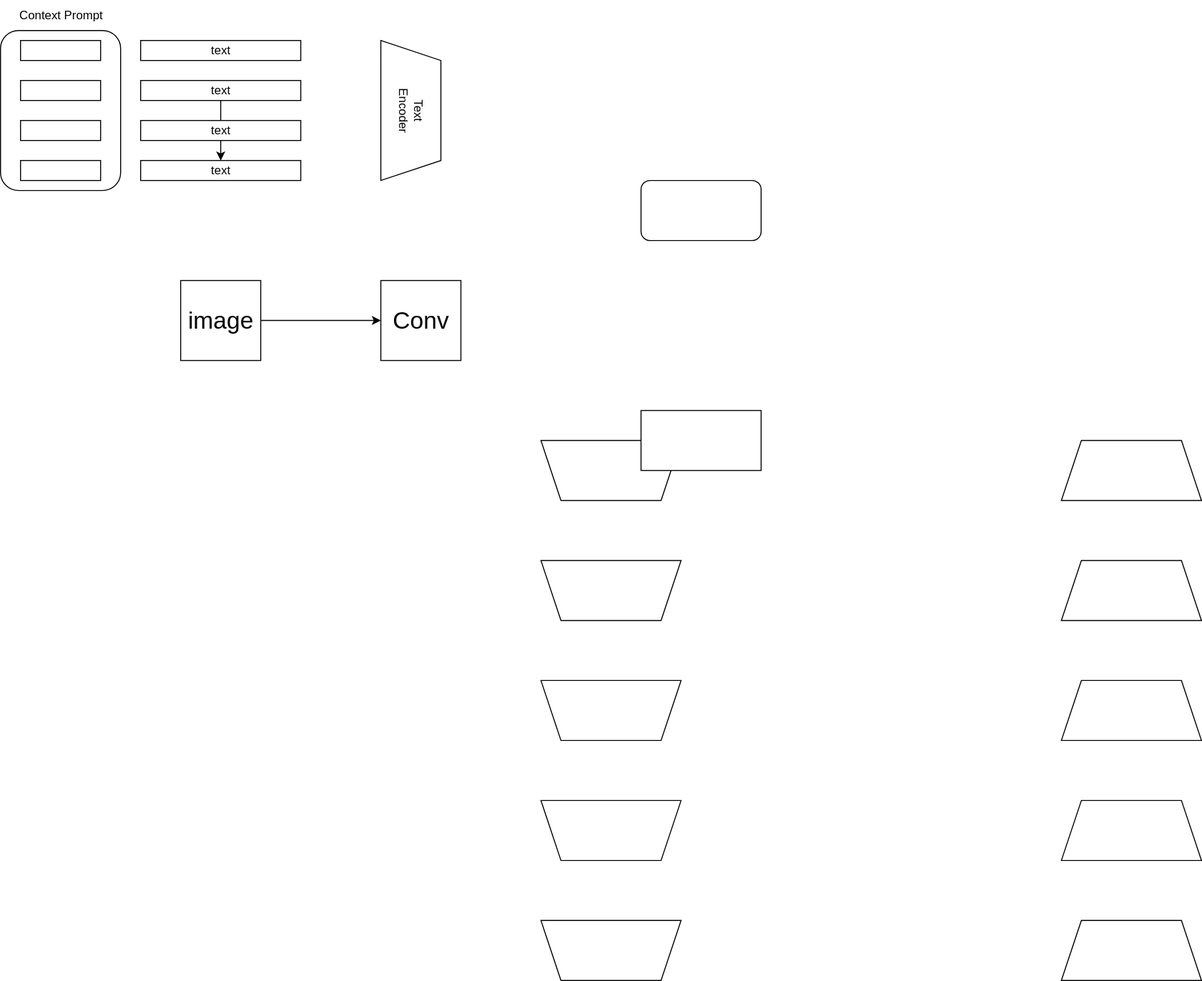
Earlier version of the draw.io export 未命名绘图.drawio.svg (hchench/NetStructure). Source tidied: cells renumbered, new cells last; positions are measured from the earlier drawing's top-left corner, leaving out a move shared by most shapes.
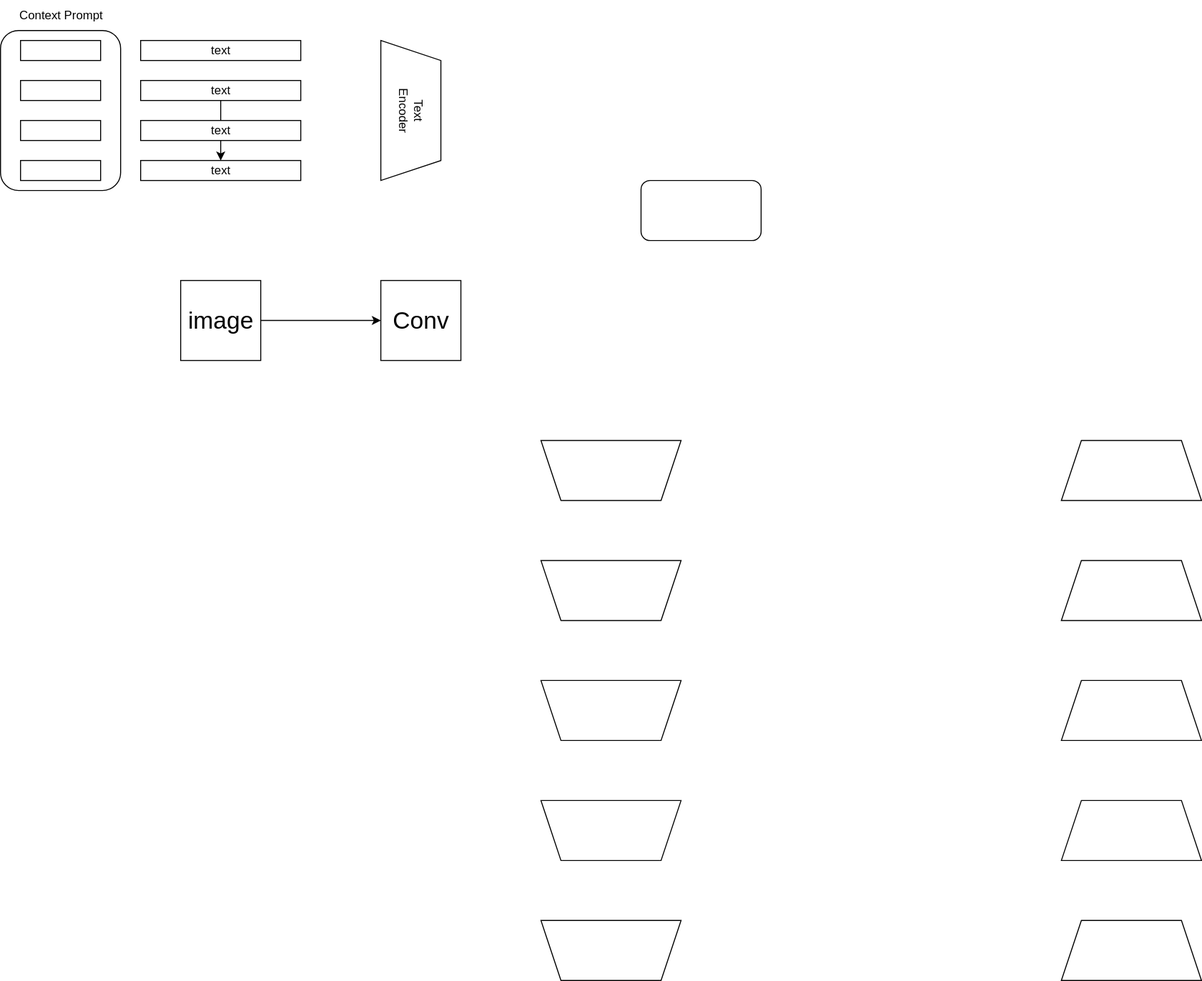
Later version of the same file.

Commit message:
更新未命名绘图.drawio.svg

Change to the diagram source:
```diff
@@ -47,9 +47,6 @@
     <mxCell id="16" value="&lt;div style=&quot;&quot;&gt;&lt;span style=&quot;background-color: transparent; color: light-dark(rgb(0, 0, 0), rgb(255, 255, 255));&quot;&gt;Text&lt;/span&gt;&lt;/div&gt;&lt;div style=&quot;&quot;&gt;Encoder&lt;/div&gt;" style="shape=trapezoid;perimeter=trapezoidPerimeter;whiteSpace=wrap;html=1;fixedSize=1;rotation=90;align=center;" parent="1" vertex="1">
       <mxGeometry x="340" y="80" width="140" height="60" as="geometry" />
     </mxCell>
-    <mxCell id="17" style="rounded=0;whiteSpace=wrap;html=1;" parent="1" vertex="1">
-      <mxGeometry x="640" y="410" width="120" height="60" as="geometry" />
-    </mxCell>
     <mxCell id="18" value="text" style="rounded=0;whiteSpace=wrap;html=1;" parent="1" vertex="1">
       <mxGeometry x="140" y="40" width="160" height="20" as="geometry" />
     </mxCell>
```
